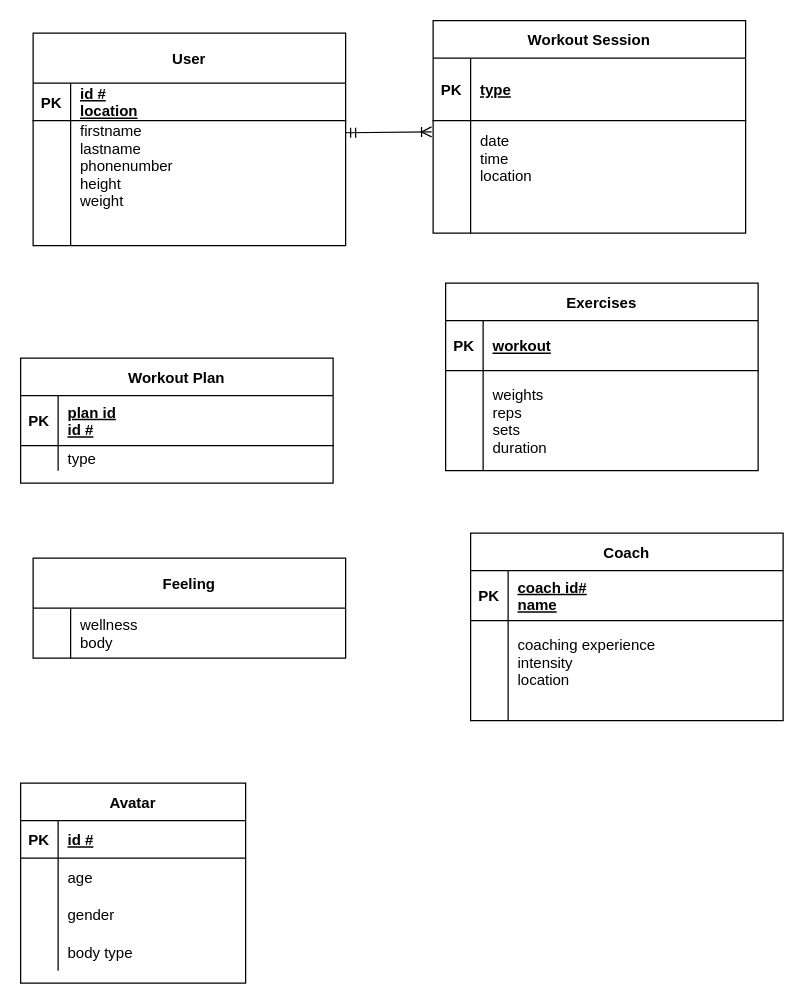
Before: Untitled Diagram.drawio in YmaniN/FitnessTracker, a draw.io diagram. Source tidied: cells renumbered, new cells numbered last; positions are measured from the earlier drawing's top-left corner, leaving out a move shared by most shapes. Both pictures are drawn from the tidied source at 125%, with x=0, y=0 at pixel (20, 20).
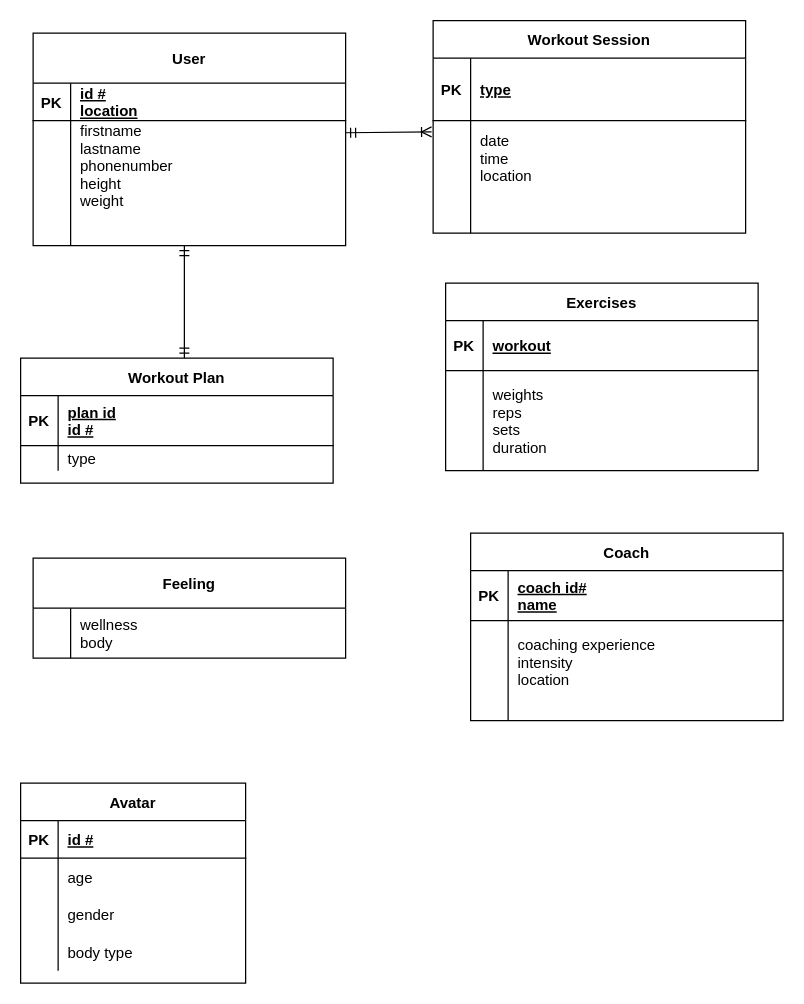
The same diagram, later.

Commit message:
user to workout plan

a user can have only one plan and a plan can only have one user

What changed in the source:
```diff
@@
+    <mxCell id="58" style="endArrow=ERmandOne;html=1;endFill=0;startArrow=ERmandOne;startFill=0;" parent="1" edge="1">
+      <mxGeometry relative="1" as="geometry">
+        <mxPoint x="131" y="270" as="sourcePoint" />
+        <mxPoint x="131" y="180" as="targetPoint" />
+      </mxGeometry>
+    </mxCell>
```
